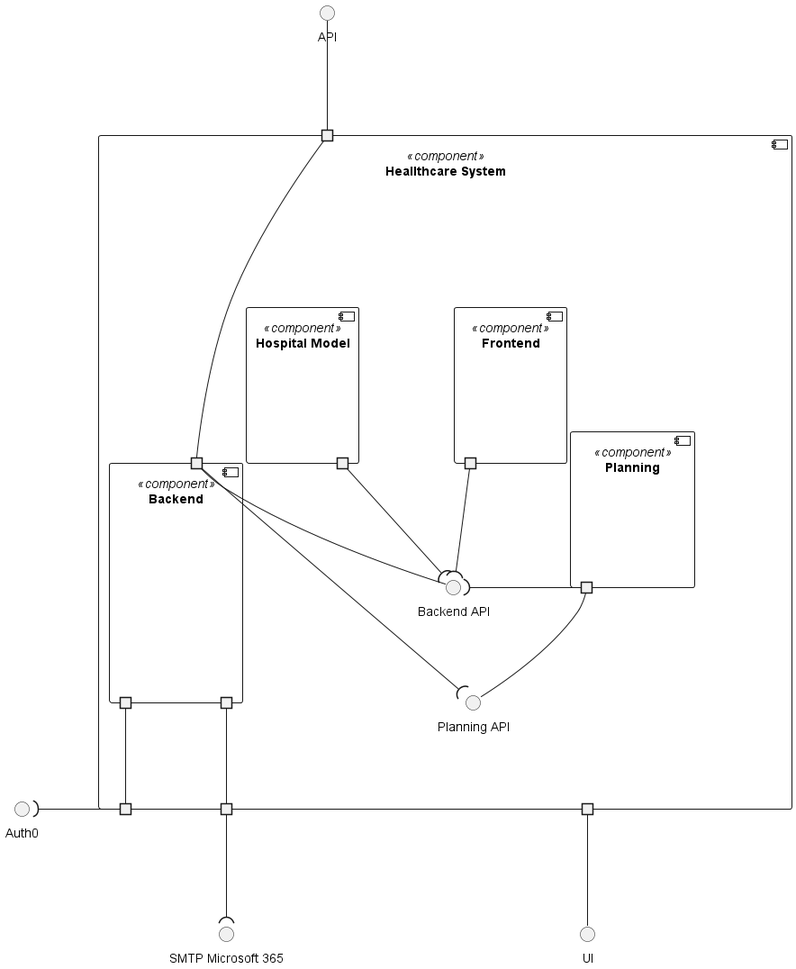
Before: docs/LogicViews/Level2/logical-view.png, a diagram exported from PlantUML (Lapr5G21/sem5pi-24-25-3ddg21). Its diagram source:
```plantuml
@startuml logical-view
top to bottom direction


skinparam nodesep 100
skinparam ranksep 100

interface "API" as API
interface "Auth0" as AUTH0
interface "SMTP Microsoft 365" as SMTP
interface "UI" as UI


component "Heallthcare System" <<component>> {

  portin " " as PIAPI
  portout " " as POAUTH0
  portout " " as POSMTP
  portout " " as POUI

 interface "Backend API" as BEAPI
 interface "Planning API" as PAPI

  component "Planning" <<component>> {
    portout " " as POPLANNING
  }

  component "Frontend" <<component>> {
    portout " " as POFE
  }

  component "Hospital Model" <<component>> {
    portout " " as POHM
  }

  component "Backend" <<component>> {
    portin " " as BEPI
    portout " " as BEPOAUTH0
    portout " " as BEPOSMTP
  }

 POPLANNING -( BEAPI
  POFE --( BEAPI
  BEPI -- BEAPI
  POHM --( BEAPI
  BEPI -( PAPI
  POPLANNING -- PAPI


}

POUI -- UI
API -- PIAPI
POAUTH0 -l-( AUTH0
BEPOAUTH0 -- POAUTH0
BEPI -- PIAPI
POSMTP --( SMTP
BEPOSMTP -- POSMTP


@enduml
```
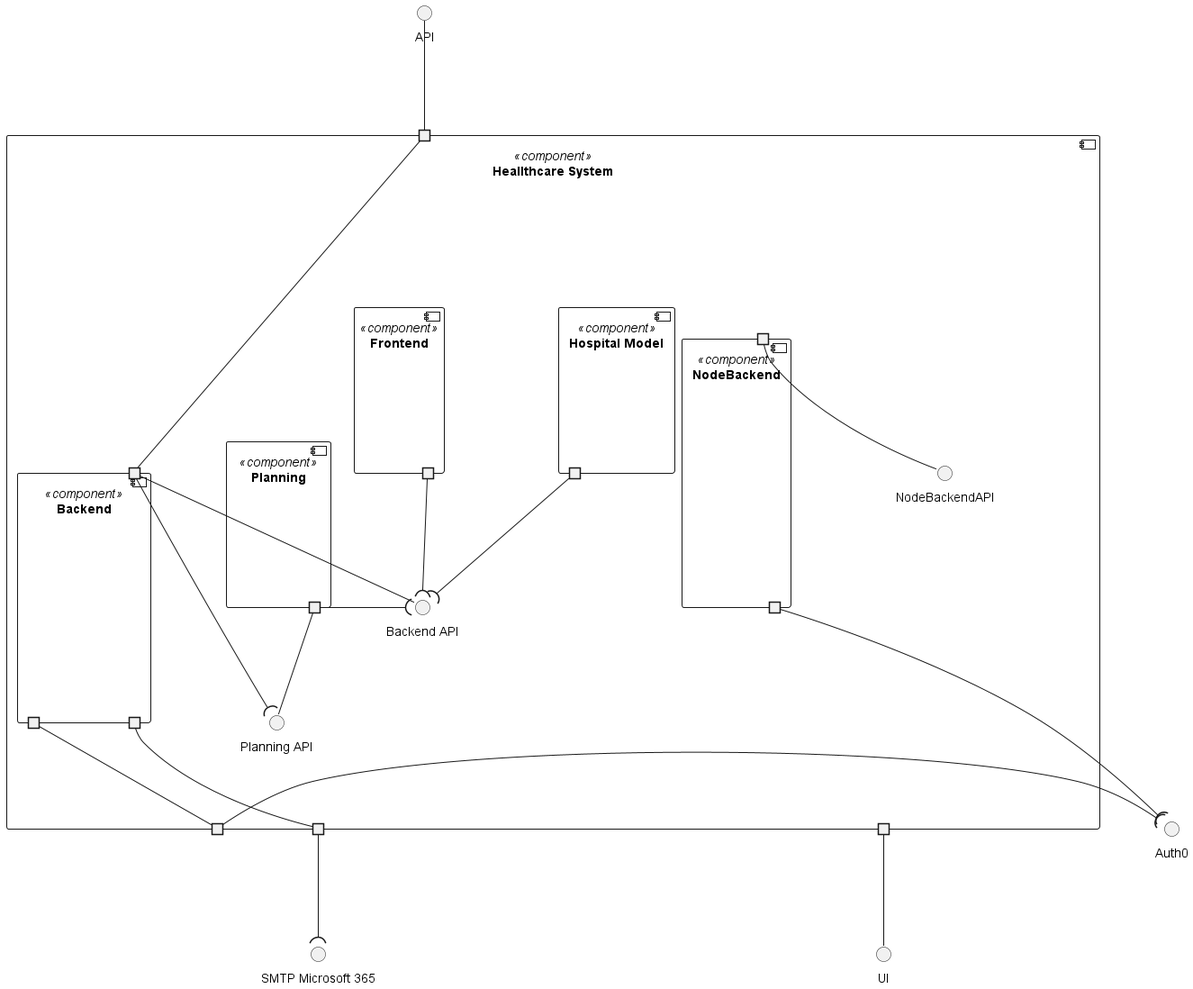
After the change.

The edit, as a diff of the source:
```diff
@@ -20,6 +20,7 @@
 
  interface "Backend API" as BEAPI
  interface "Planning API" as PAPI
+ interface "NodeBackendAPI" as NBEAPI
 
   component "Planning" <<component>> {
     portout " " as POPLANNING
@@ -39,13 +40,19 @@
     portout " " as BEPOSMTP
   }
 
+  component "NodeBackend" <<component>> {
+    portin " " as NBEPI
+    portout " " as NBEPOAUTH0
+  }
+
  POPLANNING -( BEAPI
   POFE --( BEAPI
   BEPI -- BEAPI
   POHM --( BEAPI
   BEPI -( PAPI
   POPLANNING -- PAPI
-
+  NBEPI -- NBEAPI
+  NBEPOAUTH0 --( AUTH0
 
 }
 
```
